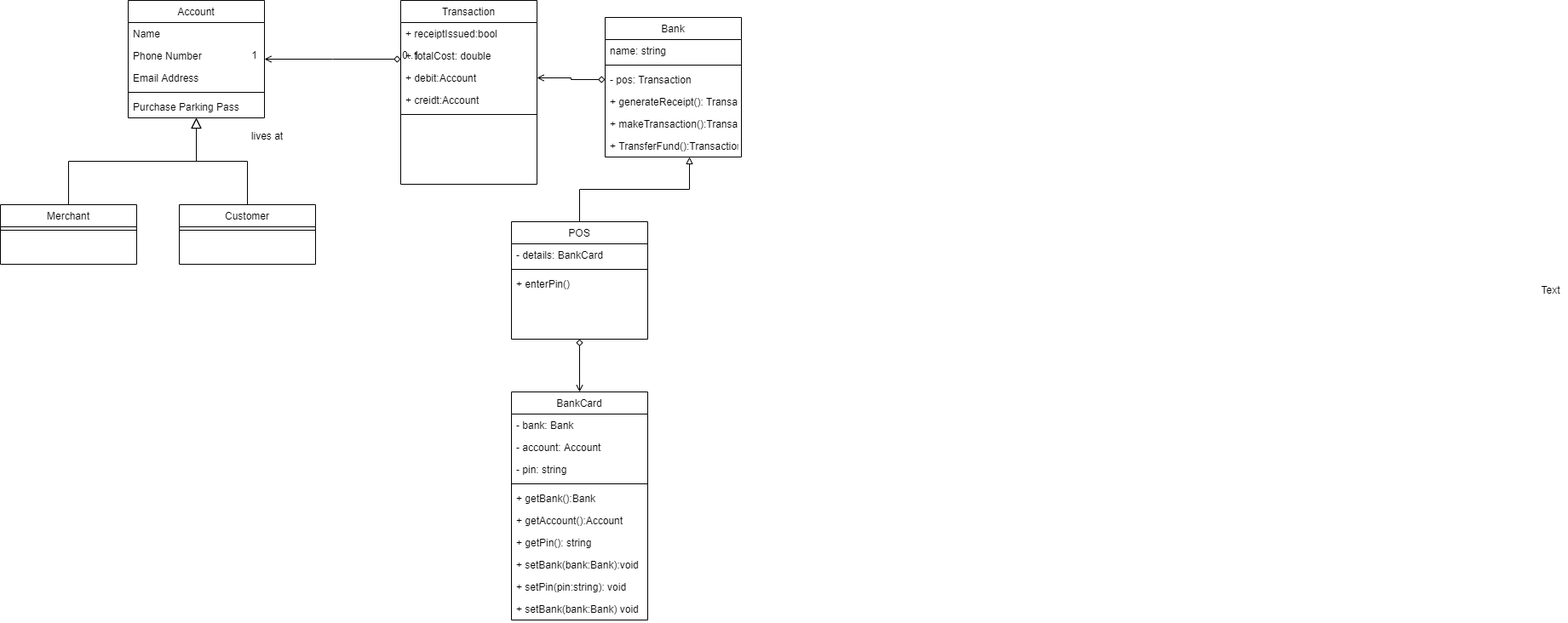
This is schema/pos classes2.png from deeperj/rust, a draw.io export, as it was before one commit. Source tidied: cells renumbered, new cells last; positions are measured from the earlier drawing's top-left corner, leaving out a move shared by most shapes.
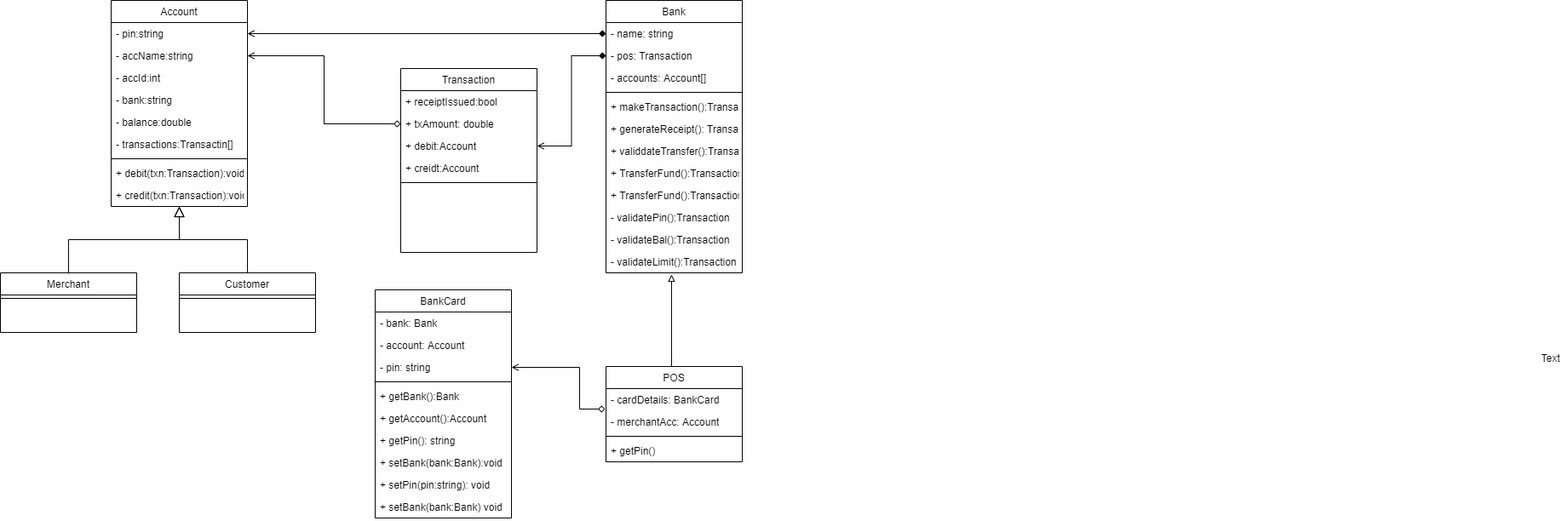
After the commit.

Diff of the diagram source:
```diff
@@ -8,31 +8,17 @@
     <mxCell id="3" style="endArrow=block;endSize=10;endFill=0;shadow=0;strokeWidth=1;rounded=0;edgeStyle=elbowEdgeStyle;elbow=vertical;" parent="1" edge="1" source="28" target="20">
       <mxGeometry relative="1" as="geometry" />
     </mxCell>
-    <mxCell id="4" style="endArrow=open;shadow=0;strokeWidth=1;strokeColor=#000000;rounded=0;endFill=1;edgeStyle=elbowEdgeStyle;elbow=vertical;startArrow=diamond;startFill=0;" parent="1" edge="1" source="30" target="20">
-      <mxGeometry x="0.5" y="41" relative="1" as="geometry">
-        <mxPoint x="-40" y="32" as="offset" />
-      </mxGeometry>
-    </mxCell>
-    <mxCell id="5" value="0..1" style="align=left;verticalAlign=bottom;labelBackgroundColor=none;fontSize=12;" parent="4" vertex="1">
-      <mxGeometry x="-1" relative="1" as="geometry">
-        <mxPoint y="4" as="offset" />
-      </mxGeometry>
-    </mxCell>
-    <mxCell id="6" value="1" style="align=right;verticalAlign=bottom;labelBackgroundColor=none;fontSize=12;" parent="4" vertex="1">
-      <mxGeometry x="1" relative="1" as="geometry">
-        <mxPoint x="-7" y="4" as="offset" />
-      </mxGeometry>
-    </mxCell>
-    <mxCell id="7" value="lives at" style="text;html=1;align=center;verticalAlign=middle;labelBackgroundColor=none;rounded=0;shadow=0;strokeWidth=1;fontSize=12;" parent="4" vertex="1">
-      <mxGeometry x="0.5" y="49" relative="1" as="geometry">
-        <mxPoint x="-38" y="40" as="offset" />
-      </mxGeometry>
-    </mxCell>
-    <mxCell id="8" style="edgeStyle=orthogonalEdgeStyle;rounded=0;jettySize=auto;html=1;exitX=0.5;exitY=1;exitDx=0;exitDy=0;entryX=0.5;entryY=0;entryDx=0;entryDy=0;endArrow=open;endFill=0;startArrow=diamond;startFill=0;" parent="1" edge="1" source="44" target="9">
-      <mxGeometry relative="1" as="geometry" />
+    <mxCell id="8" style="edgeStyle=orthogonalEdgeStyle;rounded=0;jettySize=auto;html=1;entryX=1;entryY=0.5;entryDx=0;entryDy=0;endArrow=open;endFill=0;startArrow=diamond;startFill=0;" parent="1" edge="1" target="12">
+      <mxGeometry relative="1" as="geometry">
+        <mxPoint x="710" y="400" as="sourcePoint" />
+        <Array as="points">
+          <mxPoint x="680" y="400" />
+          <mxPoint x="680" y="351" />
+        </Array>
+      </mxGeometry>
     </mxCell>
     <mxCell id="9" value="BankCard" style="swimlane;fontStyle=0;align=center;verticalAlign=top;horizontal=1;startSize=26;rounded=0;shadow=0;strokeWidth=1;" parent="1" vertex="1">
-      <mxGeometry x="600" y="460" width="160" height="268" as="geometry" />
+      <mxGeometry x="440" y="260" width="160" height="268" as="geometry" />
     </mxCell>
     <mxCell id="10" value="- bank: Bank" style="text;align=left;verticalAlign=top;spacingLeft=4;spacingRight=4;overflow=hidden;" parent="9" vertex="1">
       <mxGeometry y="26" width="160" height="26" as="geometry" />
@@ -65,23 +51,35 @@
       <mxGeometry y="242" width="160" height="26" as="geometry" />
     </mxCell>
     <mxCell id="20" value="Account" style="swimlane;fontStyle=0;align=center;verticalAlign=top;horizontal=1;startSize=26;rounded=0;shadow=0;strokeWidth=1;" parent="1" vertex="1">
-      <mxGeometry x="150" width="160" height="138" as="geometry" />
+      <mxGeometry x="130" y="-80" width="160" height="242" as="geometry" />
     </mxCell>
-    <mxCell id="21" value="Name" style="text;align=left;verticalAlign=top;spacingLeft=4;spacingRight=4;overflow=hidden;points=[[0,0.5],[1,0.5]];portConstraint=eastwest;" parent="20" vertex="1">
+    <mxCell id="21" value="- pin:string" style="text;align=left;verticalAlign=top;spacingLeft=4;spacingRight=4;overflow=hidden;points=[[0,0.5],[1,0.5]];portConstraint=eastwest;" parent="20" vertex="1">
       <mxGeometry y="26" width="160" height="26" as="geometry" />
     </mxCell>
-    <mxCell id="22" value="Phone Number" style="text;align=left;verticalAlign=top;spacingLeft=4;spacingRight=4;overflow=hidden;points=[[0,0.5],[1,0.5]];portConstraint=eastwest;rounded=0;shadow=0;html=0;" parent="20" vertex="1">
+    <mxCell id="22" value="- accName:string" style="text;align=left;verticalAlign=top;spacingLeft=4;spacingRight=4;overflow=hidden;points=[[0,0.5],[1,0.5]];portConstraint=eastwest;rounded=0;shadow=0;html=0;" parent="20" vertex="1">
       <mxGeometry y="52" width="160" height="26" as="geometry" />
     </mxCell>
-    <mxCell id="23" value="Email Address" style="text;align=left;verticalAlign=top;spacingLeft=4;spacingRight=4;overflow=hidden;rounded=0;shadow=0;html=0;" parent="20" vertex="1">
+    <mxCell id="23" value="- accId:int" style="text;align=left;verticalAlign=top;spacingLeft=4;spacingRight=4;overflow=hidden;rounded=0;shadow=0;html=0;" parent="20" vertex="1">
       <mxGeometry y="78" width="160" height="26" as="geometry" />
     </mxCell>
+    <mxCell id="50" value="- bank:string" style="text;align=left;verticalAlign=top;spacingLeft=4;spacingRight=4;overflow=hidden;rounded=0;shadow=0;html=0;" parent="20" vertex="1">
+      <mxGeometry y="104" width="160" height="26" as="geometry" />
+    </mxCell>
+    <mxCell id="51" value="- balance:double" style="text;align=left;verticalAlign=top;spacingLeft=4;spacingRight=4;overflow=hidden;rounded=0;shadow=0;html=0;" parent="20" vertex="1">
+      <mxGeometry y="130" width="160" height="26" as="geometry" />
+    </mxCell>
+    <mxCell id="52" value="- transactions:Transactin[]" style="text;align=left;verticalAlign=top;spacingLeft=4;spacingRight=4;overflow=hidden;rounded=0;shadow=0;html=0;" parent="20" vertex="1">
+      <mxGeometry y="156" width="160" height="26" as="geometry" />
+    </mxCell>
     <mxCell id="24" style="line;html=1;strokeWidth=1;align=left;verticalAlign=middle;spacingTop=-1;spacingLeft=3;spacingRight=3;labelPosition=right;" parent="20" vertex="1">
-      <mxGeometry y="104" width="160" height="8" as="geometry" />
+      <mxGeometry y="182" width="160" height="8" as="geometry" />
     </mxCell>
-    <mxCell id="25" value="Purchase Parking Pass" style="text;align=left;verticalAlign=top;spacingLeft=4;spacingRight=4;overflow=hidden;" parent="20" vertex="1">
-      <mxGeometry y="112" width="160" height="26" as="geometry" />
+    <mxCell id="25" value="+ debit(txn:Transaction):void" style="text;align=left;verticalAlign=top;spacingLeft=4;spacingRight=4;overflow=hidden;" parent="20" vertex="1">
+      <mxGeometry y="190" width="160" height="26" as="geometry" />
     </mxCell>
+    <mxCell id="53" value="+ credit(txn:Transaction):void" style="text;align=left;verticalAlign=top;spacingLeft=4;spacingRight=4;overflow=hidden;" parent="20" vertex="1">
+      <mxGeometry y="216" width="160" height="26" as="geometry" />
+    </mxCell>
     <mxCell id="26" value="Merchant" style="swimlane;fontStyle=0;align=center;verticalAlign=top;horizontal=1;startSize=26;rounded=0;shadow=0;strokeWidth=1;" parent="1" vertex="1">
       <mxGeometry y="240" width="160" height="70" as="geometry" />
     </mxCell>
@@ -100,7 +98,7 @@
     <mxCell id="31" value="+ receiptIssued:bool" style="text;align=left;verticalAlign=top;spacingLeft=4;spacingRight=4;overflow=hidden;" parent="30" vertex="1">
       <mxGeometry y="26" width="160" height="26" as="geometry" />
     </mxCell>
-    <mxCell id="32" value="+ totalCost: double" style="text;align=left;verticalAlign=top;spacingLeft=4;spacingRight=4;overflow=hidden;points=[[0,0.5],[1,0.5]];portConstraint=eastwest;rounded=0;shadow=0;html=0;" parent="30" vertex="1">
+    <mxCell id="32" value="+ txAmount: double" style="text;align=left;verticalAlign=top;spacingLeft=4;spacingRight=4;overflow=hidden;points=[[0,0.5],[1,0.5]];portConstraint=eastwest;rounded=0;shadow=0;html=0;" parent="30" vertex="1">
       <mxGeometry y="52" width="160" height="26" as="geometry" />
     </mxCell>
     <mxCell id="33" value="+ debit:Account" style="text;align=left;verticalAlign=top;spacingLeft=4;spacingRight=4;overflow=hidden;points=[[0,0.5],[1,0.5]];portConstraint=eastwest;rounded=0;shadow=0;html=0;" parent="30" vertex="1">
@@ -113,46 +111,77 @@
       <mxGeometry y="130" width="160" height="8" as="geometry" />
     </mxCell>
     <mxCell id="36" value="Bank" style="swimlane;fontStyle=0;align=center;verticalAlign=top;horizontal=1;startSize=26;rounded=0;shadow=0;strokeWidth=1;" parent="1" vertex="1">
-      <mxGeometry x="710" y="20" width="160" height="164" as="geometry" />
+      <mxGeometry x="711" y="-80" width="160" height="320" as="geometry" />
     </mxCell>
-    <mxCell id="37" value="name: string" style="text;align=left;verticalAlign=top;spacingLeft=4;spacingRight=4;overflow=hidden;points=[[0,0.5],[1,0.5]];portConstraint=eastwest;" parent="36" vertex="1">
+    <mxCell id="37" value="- name: string" style="text;align=left;verticalAlign=top;spacingLeft=4;spacingRight=4;overflow=hidden;points=[[0,0.5],[1,0.5]];portConstraint=eastwest;" parent="36" vertex="1">
       <mxGeometry y="26" width="160" height="26" as="geometry" />
     </mxCell>
+    <mxCell id="39" value="- pos: Transaction" style="text;align=left;verticalAlign=top;spacingLeft=4;spacingRight=4;overflow=hidden;points=[[0,0.5],[1,0.5]];portConstraint=eastwest;" parent="36" vertex="1">
+      <mxGeometry y="52" width="160" height="26" as="geometry" />
+    </mxCell>
+    <mxCell id="54" value="- accounts: Account[]" style="text;align=left;verticalAlign=top;spacingLeft=4;spacingRight=4;overflow=hidden;" parent="36" vertex="1">
+      <mxGeometry y="78" width="160" height="26" as="geometry" />
+    </mxCell>
     <mxCell id="38" style="line;html=1;strokeWidth=1;align=left;verticalAlign=middle;spacingTop=-1;spacingLeft=3;spacingRight=3;labelPosition=right;" parent="36" vertex="1">
-      <mxGeometry y="52" width="160" height="8" as="geometry" />
+      <mxGeometry y="104" width="160" height="8" as="geometry" />
     </mxCell>
-    <mxCell id="39" value="- pos: Transaction" style="text;align=left;verticalAlign=top;spacingLeft=4;spacingRight=4;overflow=hidden;points=[[0,0.5],[1,0.5]];portConstraint=eastwest;" parent="36" vertex="1">
-      <mxGeometry y="60" width="160" height="26" as="geometry" />
-    </mxCell>
+    <mxCell id="41" value="+ makeTransaction():Transaction" style="text;align=left;verticalAlign=top;spacingLeft=4;spacingRight=4;overflow=hidden;" parent="36" vertex="1">
+      <mxGeometry y="112" width="160" height="26" as="geometry" />
+    </mxCell>
     <mxCell id="40" value="+ generateReceipt(): Transaction" style="text;align=left;verticalAlign=top;spacingLeft=4;spacingRight=4;overflow=hidden;" parent="36" vertex="1">
-      <mxGeometry y="86" width="160" height="26" as="geometry" />
+      <mxGeometry y="138" width="160" height="26" as="geometry" />
     </mxCell>
-    <mxCell id="41" value="+ makeTransaction():Transaction" style="text;align=left;verticalAlign=top;spacingLeft=4;spacingRight=4;overflow=hidden;" parent="36" vertex="1">
-      <mxGeometry y="112" width="160" height="26" as="geometry" />
-    </mxCell>
-    <mxCell id="42" value="+ TransferFund():Transaction" style="text;align=left;verticalAlign=top;spacingLeft=4;spacingRight=4;overflow=hidden;points=[[0,0.5],[1,0.5]];portConstraint=eastwest;" parent="36" vertex="1">
-      <mxGeometry y="138" width="160" height="26" as="geometry" />
+    <mxCell id="42" value="+ validdateTransfer():Transaction" style="text;align=left;verticalAlign=top;spacingLeft=4;spacingRight=4;overflow=hidden;points=[[0,0.5],[1,0.5]];portConstraint=eastwest;" parent="36" vertex="1">
+      <mxGeometry y="164" width="160" height="26" as="geometry" />
     </mxCell>
-    <mxCell id="43" style="edgeStyle=orthogonalEdgeStyle;rounded=0;jettySize=auto;html=1;exitX=0.5;exitY=0;exitDx=0;exitDy=0;entryX=0.619;entryY=1;entryDx=0;entryDy=0;entryPerimeter=0;endArrow=block;endFill=0;" parent="1" edge="1" source="44" target="42">
-      <mxGeometry relative="1" as="geometry" />
-    </mxCell>
+    <mxCell id="55" value="+ TransferFund():Transaction" style="text;align=left;verticalAlign=top;spacingLeft=4;spacingRight=4;overflow=hidden;" parent="36" vertex="1">
+      <mxGeometry y="190" width="160" height="26" as="geometry" />
+    </mxCell>
+    <mxCell id="56" value="+ TransferFund():Transaction" style="text;align=left;verticalAlign=top;spacingLeft=4;spacingRight=4;overflow=hidden;" parent="36" vertex="1">
+      <mxGeometry y="216" width="160" height="26" as="geometry" />
+    </mxCell>
+    <mxCell id="57" value="- validatePin():Transaction" style="text;align=left;verticalAlign=top;spacingLeft=4;spacingRight=4;overflow=hidden;" parent="36" vertex="1">
+      <mxGeometry y="242" width="160" height="26" as="geometry" />
+    </mxCell>
+    <mxCell id="58" value="- validateBal():Transaction" style="text;align=left;verticalAlign=top;spacingLeft=4;spacingRight=4;overflow=hidden;" parent="36" vertex="1">
+      <mxGeometry y="268" width="160" height="26" as="geometry" />
+    </mxCell>
+    <mxCell id="59" value="- validateLimit():Transaction" style="text;align=left;verticalAlign=top;spacingLeft=4;spacingRight=4;overflow=hidden;points=[[0,0.5],[1,0.5]];portConstraint=eastwest;" parent="36" vertex="1">
+      <mxGeometry y="294" width="160" height="26" as="geometry" />
+    </mxCell>
+    <mxCell id="60" style="edgeStyle=orthogonalEdgeStyle;rounded=0;jettySize=auto;html=1;exitX=0.5;exitY=0;exitDx=0;exitDy=0;startArrow=none;startFill=0;endArrow=block;endFill=0;entryX=0.481;entryY=1.077;entryDx=0;entryDy=0;entryPerimeter=0;" parent="1" edge="1" source="44" target="59">
+      <mxGeometry relative="1" as="geometry">
+        <Array as="points">
+          <mxPoint x="788" y="350" />
+        </Array>
+      </mxGeometry>
+    </mxCell>
     <mxCell id="44" value="POS" style="swimlane;fontStyle=0;align=center;verticalAlign=top;horizontal=1;startSize=26;rounded=0;shadow=0;strokeWidth=1;" parent="1" vertex="1">
-      <mxGeometry x="600" y="260" width="160" height="138" as="geometry" />
+      <mxGeometry x="711" y="350" width="160" height="112" as="geometry" />
     </mxCell>
-    <mxCell id="45" value="- details: BankCard" style="text;align=left;verticalAlign=top;spacingLeft=4;spacingRight=4;overflow=hidden;rounded=0;shadow=0;html=0;" parent="44" vertex="1">
+    <mxCell id="45" value="- cardDetails: BankCard" style="text;align=left;verticalAlign=top;spacingLeft=4;spacingRight=4;overflow=hidden;rounded=0;shadow=0;html=0;" parent="44" vertex="1">
       <mxGeometry y="26" width="160" height="26" as="geometry" />
     </mxCell>
+    <mxCell id="61" value="- merchantAcc: Account" style="text;align=left;verticalAlign=top;spacingLeft=4;spacingRight=4;overflow=hidden;rounded=0;shadow=0;html=0;" parent="44" vertex="1">
+      <mxGeometry y="52" width="160" height="26" as="geometry" />
+    </mxCell>
     <mxCell id="46" style="line;html=1;strokeWidth=1;align=left;verticalAlign=middle;spacingTop=-1;spacingLeft=3;spacingRight=3;labelPosition=right;" parent="44" vertex="1">
-      <mxGeometry y="52" width="160" height="8" as="geometry" />
+      <mxGeometry y="78" width="160" height="8" as="geometry" />
     </mxCell>
-    <mxCell id="47" value="+ enterPin()" style="text;align=left;verticalAlign=top;spacingLeft=4;spacingRight=4;overflow=hidden;" parent="44" vertex="1">
-      <mxGeometry y="60" width="160" height="26" as="geometry" />
+    <mxCell id="47" value="+ getPin()" style="text;align=left;verticalAlign=top;spacingLeft=4;spacingRight=4;overflow=hidden;" parent="44" vertex="1">
+      <mxGeometry y="86" width="160" height="26" as="geometry" />
     </mxCell>
     <mxCell id="48" value="Text" style="text;html=1;align=center;verticalAlign=middle;strokeColor=none;" parent="1" vertex="1">
       <mxGeometry x="1800" y="330" width="40" height="20" as="geometry" />
     </mxCell>
-    <mxCell id="49" style="edgeStyle=orthogonalEdgeStyle;rounded=0;jettySize=auto;html=1;exitX=0;exitY=0.5;exitDx=0;exitDy=0;entryX=1;entryY=0.5;entryDx=0;entryDy=0;startArrow=diamond;startFill=0;endArrow=open;endFill=0;" parent="1" edge="1" source="39" target="33">
+    <mxCell id="49" style="edgeStyle=orthogonalEdgeStyle;rounded=0;jettySize=auto;html=1;exitX=0;exitY=0.5;exitDx=0;exitDy=0;entryX=1;entryY=0.5;entryDx=0;entryDy=0;startArrow=diamond;startFill=1;endArrow=open;endFill=0;" parent="1" edge="1" source="39" target="33">
       <mxGeometry relative="1" as="geometry" />
     </mxCell>
+    <mxCell id="62" style="edgeStyle=orthogonalEdgeStyle;rounded=0;jettySize=auto;html=1;exitX=0;exitY=0.5;exitDx=0;exitDy=0;entryX=1;entryY=0.5;entryDx=0;entryDy=0;startArrow=diamond;startFill=0;endArrow=open;endFill=0;" parent="1" edge="1" source="32" target="22">
+      <mxGeometry relative="1" as="geometry" />
+    </mxCell>
+    <mxCell id="63" style="edgeStyle=orthogonalEdgeStyle;rounded=0;jettySize=auto;html=1;exitX=0;exitY=0.5;exitDx=0;exitDy=0;entryX=1;entryY=0.5;entryDx=0;entryDy=0;startArrow=diamond;startFill=1;endArrow=open;endFill=0;" parent="1" edge="1" source="37" target="21">
+      <mxGeometry relative="1" as="geometry" />
+    </mxCell>
   </root>
 </mxGraphModel>
```
